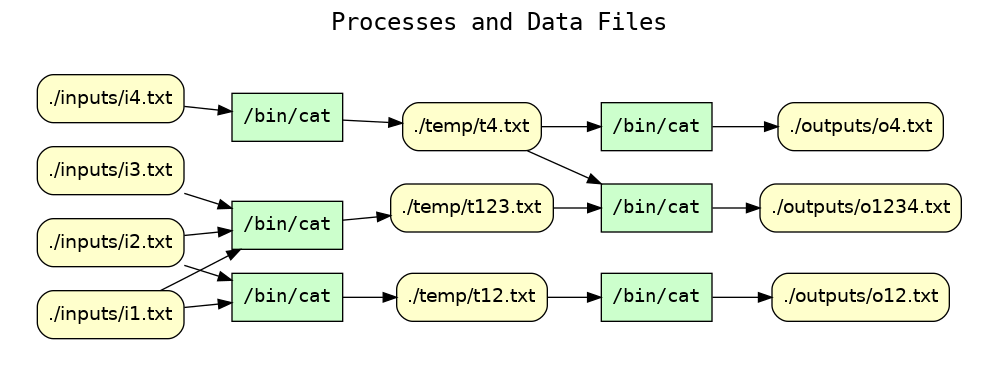
This is examples/01-xsb-examples/08-branched-pipeline/graphs.d/cpr_processes_and_data_files.png from CIRSS/cpr-demo-2021, a Graphviz export, as it was before one commit. Its source is kept beside it as examples/01-xsb-examples/08-branched-pipeline/graphs.d/cpr_processes_and_data_files.dot. The source it was exported from:
```dot
digraph cpr_run {
rankdir=LR
fontname=Courier; fontsize=18; labelloc=t
label="Processes and Data Files"
subgraph cluster_inputs { label=""; color=white; penwidth=0
subgraph cluster_inputs_inner { label=""; color=white
node[shape=box style="filled" fillcolor="#CCFFCC" peripheries=1 fontname=Courier]
"exe:e7" [label="/bin/cat"]
"exe:e6" [label="/bin/cat"]
"exe:e5" [label="/bin/cat"]
"exe:e4" [label="/bin/cat"]
"exe:e3" [label="/bin/cat"]
"exe:e2" [label="/bin/cat"]
node[shape=box style="rounded,filled" fillcolor="#FFFFCC" peripheries=1 fontname=Helvetica]
"access:i24" [label="./outputs/o4.txt"]
"access:i17" [label="./inputs/i2.txt"]
"access:i18" [label="./temp/t123.txt"]
"access:i19" [label="./inputs/i3.txt"]
"access:i20" [label="./temp/t4.txt"]
"access:i21" [label="./inputs/i4.txt"]
"access:i9" [label="./temp/t12.txt"]
"access:i22" [label="./outputs/o12.txt"]
"access:i23" [label="./outputs/o1234.txt"]
"access:i16" [label="./inputs/i1.txt"]
"exe:e7" -> "access:i24"
"exe:e6" -> "access:i23"
"exe:e5" -> "access:i22"
"exe:e4" -> "access:i20"
"exe:e3" -> "access:i18"
"exe:e2" -> "access:i9"
"access:i20" -> "exe:e7"
"access:i18" -> "exe:e6"
"access:i20" -> "exe:e6"
"access:i9" -> "exe:e5"
"access:i21" -> "exe:e4"
"access:i16" -> "exe:e3"
"access:i17" -> "exe:e3"
"access:i19" -> "exe:e3"
"access:i16" -> "exe:e2"
"access:i17" -> "exe:e2"
}}
}
```
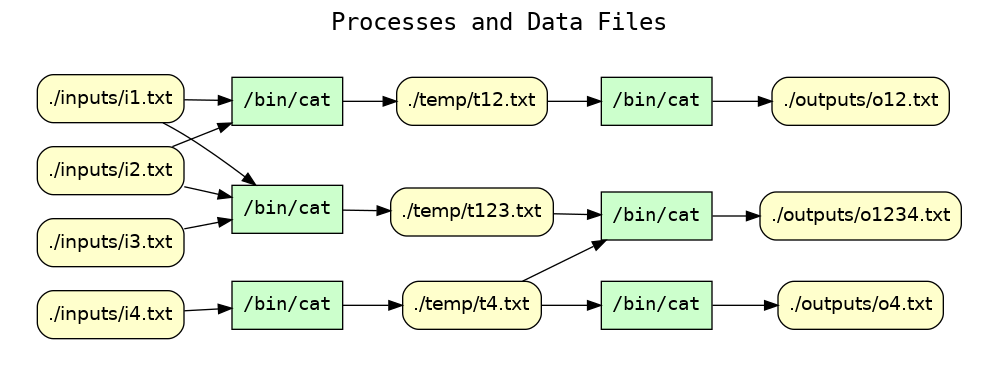
After the commit.

What changed in the source:
```diff
@@ -12,16 +12,16 @@
 "exe:e3" [label="/bin/cat"]
 "exe:e2" [label="/bin/cat"]
 node[shape=box style="rounded,filled" fillcolor="#FFFFCC" peripheries=1 fontname=Helvetica]
+"access:i9" [label="./temp/t12.txt"]
+"access:i22" [label="./outputs/o12.txt"]
+"access:i23" [label="./outputs/o1234.txt"]
+"access:i16" [label="./inputs/i1.txt"]
 "access:i24" [label="./outputs/o4.txt"]
 "access:i17" [label="./inputs/i2.txt"]
 "access:i18" [label="./temp/t123.txt"]
 "access:i19" [label="./inputs/i3.txt"]
 "access:i20" [label="./temp/t4.txt"]
 "access:i21" [label="./inputs/i4.txt"]
-"access:i9" [label="./temp/t12.txt"]
-"access:i22" [label="./outputs/o12.txt"]
-"access:i23" [label="./outputs/o1234.txt"]
-"access:i16" [label="./inputs/i1.txt"]
 "exe:e7" -> "access:i24"
 "exe:e6" -> "access:i23"
 "exe:e5" -> "access:i22"
```
